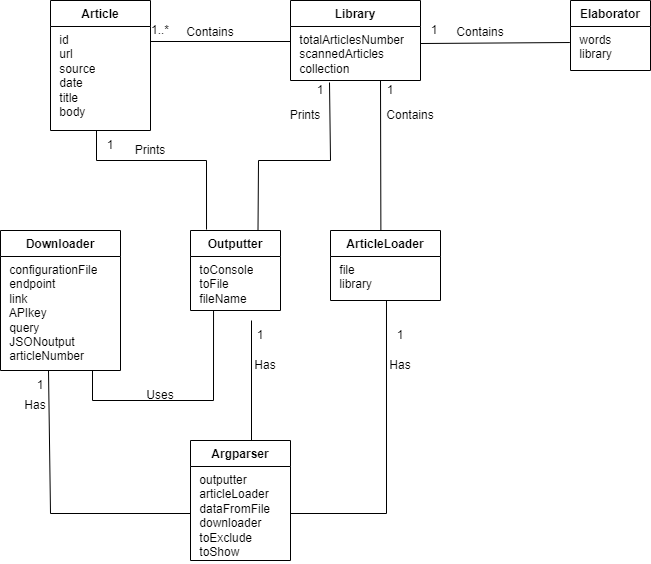
Before: src/site/UML/DomainModel.drawio.png, a diagram exported from draw.io (Magform/articleAnalyzer). Source tidied: cells renumbered, new cells last; positions are measured from the earlier drawing's top-left corner, leaving out a move shared by most shapes.
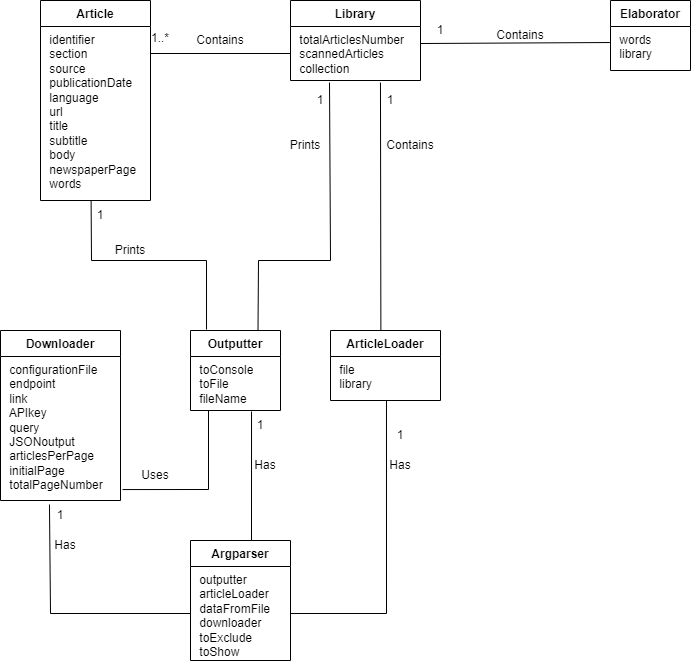
The same diagram one commit later.

What changed in the source:
```diff
@@ -3,19 +3,19 @@
     <mxCell id="0" />
     <mxCell id="1" parent="0" />
     <mxCell id="2" value="Library" style="swimlane;fontStyle=1;align=center;verticalAlign=top;horizontal=1;startSize=26;whiteSpace=wrap;html=1;" parent="1" vertex="1">
-      <mxGeometry x="290" width="130" height="80" as="geometry" />
+      <mxGeometry x="290" y="-100" width="130" height="80" as="geometry" />
     </mxCell>
     <mxCell id="3" value="&amp;nbsp;totalArticlesNumber&lt;br&gt;&amp;nbsp;scannedArticles&lt;br&gt;&amp;nbsp;collection" style="text;strokeColor=none;fillColor=none;align=left;verticalAlign=top;spacingLeft=4;spacingRight=4;overflow=hidden;points=[[0,0.5],[1,0.5]];portConstraint=eastwest;whiteSpace=wrap;html=1;" parent="2" vertex="1">
       <mxGeometry y="26" width="130" height="54" as="geometry" />
     </mxCell>
     <mxCell id="4" value="Article" style="swimlane;fontStyle=1;align=center;verticalAlign=top;horizontal=1;startSize=26;whiteSpace=wrap;html=1;" parent="1" vertex="1">
-      <mxGeometry x="50" width="100" height="130" as="geometry" />
+      <mxGeometry x="40" y="-100" width="110" height="200" as="geometry" />
     </mxCell>
-    <mxCell id="5" value="&amp;nbsp;id&lt;br style=&quot;border-color: var(--border-color);&quot;&gt;&amp;nbsp;url&lt;br style=&quot;border-color: var(--border-color);&quot;&gt;&amp;nbsp;source&lt;br style=&quot;border-color: var(--border-color);&quot;&gt;&amp;nbsp;date&lt;br style=&quot;border-color: var(--border-color);&quot;&gt;&amp;nbsp;title&lt;br&gt;&amp;nbsp;body" style="text;strokeColor=none;fillColor=none;align=left;verticalAlign=top;spacingLeft=4;spacingRight=4;overflow=hidden;points=[[0,0.5],[1,0.5]];portConstraint=eastwest;whiteSpace=wrap;html=1;" parent="4" vertex="1">
-      <mxGeometry y="26" width="100" height="104" as="geometry" />
+    <mxCell id="5" value="&amp;nbsp;identifier&lt;br style=&quot;border-color: var(--border-color);&quot;&gt;&amp;nbsp;section&lt;br style=&quot;border-color: var(--border-color);&quot;&gt;&amp;nbsp;source&lt;br style=&quot;border-color: var(--border-color);&quot;&gt;&amp;nbsp;publicationDate&lt;br style=&quot;border-color: var(--border-color);&quot;&gt;&amp;nbsp;language&lt;br style=&quot;border-color: var(--border-color);&quot;&gt;&amp;nbsp;url&lt;br style=&quot;border-color: var(--border-color);&quot;&gt;&amp;nbsp;title&lt;br style=&quot;border-color: var(--border-color);&quot;&gt;&amp;nbsp;subtitle&lt;br style=&quot;border-color: var(--border-color);&quot;&gt;&amp;nbsp;body&lt;br style=&quot;border-color: var(--border-color);&quot;&gt;&amp;nbsp;newspaperPage&lt;br style=&quot;border-color: var(--border-color);&quot;&gt;&amp;nbsp;words" style="text;strokeColor=none;fillColor=none;align=left;verticalAlign=top;spacingLeft=4;spacingRight=4;overflow=hidden;points=[[0,0.5],[1,0.5]];portConstraint=eastwest;whiteSpace=wrap;html=1;" parent="4" vertex="1">
+      <mxGeometry y="26" width="110" height="174" as="geometry" />
     </mxCell>
     <mxCell id="6" value="Elaborator" style="swimlane;fontStyle=1;align=center;verticalAlign=top;horizontal=1;startSize=26;whiteSpace=wrap;html=1;" parent="1" vertex="1">
-      <mxGeometry x="570" width="80" height="70" as="geometry" />
+      <mxGeometry x="610" y="-100" width="80" height="70" as="geometry" />
     </mxCell>
     <mxCell id="7" value="&amp;nbsp;words&lt;br&gt;&amp;nbsp;library" style="text;strokeColor=none;fillColor=none;align=left;verticalAlign=top;spacingLeft=4;spacingRight=4;overflow=hidden;points=[[0,0.5],[1,0.5]];portConstraint=eastwest;whiteSpace=wrap;html=1;" parent="6" vertex="1">
       <mxGeometry y="26" width="80" height="44" as="geometry" />
@@ -27,10 +27,10 @@
       <mxGeometry y="26" width="90" height="54" as="geometry" />
     </mxCell>
     <mxCell id="10" value="Downloader" style="swimlane;fontStyle=1;align=center;verticalAlign=top;horizontal=1;startSize=26;whiteSpace=wrap;html=1;" parent="1" vertex="1">
-      <mxGeometry y="230" width="120" height="140" as="geometry" />
+      <mxGeometry y="230" width="120" height="170" as="geometry" />
     </mxCell>
-    <mxCell id="11" value="&amp;nbsp;configurationFile&lt;br style=&quot;border-color: var(--border-color);&quot;&gt;&amp;nbsp;endpoint&lt;br style=&quot;border-color: var(--border-color);&quot;&gt;&amp;nbsp;link&lt;br style=&quot;border-color: var(--border-color);&quot;&gt;&amp;nbsp;APIkey&lt;br style=&quot;border-color: var(--border-color);&quot;&gt;&amp;nbsp;query&lt;br style=&quot;border-color: var(--border-color);&quot;&gt;&amp;nbsp;JSONoutput&lt;br style=&quot;border-color: var(--border-color);&quot;&gt;&amp;nbsp;articleNumber" style="text;strokeColor=none;fillColor=none;align=left;verticalAlign=top;spacingLeft=4;spacingRight=4;overflow=hidden;points=[[0,0.5],[1,0.5]];portConstraint=eastwest;whiteSpace=wrap;html=1;" parent="10" vertex="1">
-      <mxGeometry y="26" width="120" height="114" as="geometry" />
+    <mxCell id="11" value="&amp;nbsp;configurationFile&lt;br style=&quot;border-color: var(--border-color);&quot;&gt;&amp;nbsp;endpoint&lt;br style=&quot;border-color: var(--border-color);&quot;&gt;&amp;nbsp;link&lt;br style=&quot;border-color: var(--border-color);&quot;&gt;&amp;nbsp;APIkey&lt;br style=&quot;border-color: var(--border-color);&quot;&gt;&amp;nbsp;query&lt;br style=&quot;border-color: var(--border-color);&quot;&gt;&amp;nbsp;JSONoutput&lt;br style=&quot;border-color: var(--border-color);&quot;&gt;&amp;nbsp;articlesPerPage&lt;br style=&quot;border-color: var(--border-color);&quot;&gt;&amp;nbsp;initialPage&lt;br style=&quot;border-color: var(--border-color);&quot;&gt;&amp;nbsp;totalPageNumber" style="text;strokeColor=none;fillColor=none;align=left;verticalAlign=top;spacingLeft=4;spacingRight=4;overflow=hidden;points=[[0,0.5],[1,0.5]];portConstraint=eastwest;whiteSpace=wrap;html=1;" parent="10" vertex="1">
+      <mxGeometry y="26" width="120" height="144" as="geometry" />
     </mxCell>
     <mxCell id="12" value="ArticleLoader" style="swimlane;fontStyle=1;align=center;verticalAlign=top;horizontal=1;startSize=26;whiteSpace=wrap;html=1;" parent="1" vertex="1">
       <mxGeometry x="330" y="230" width="110" height="70" as="geometry" />
@@ -44,17 +44,16 @@
     <mxCell id="15" value="&amp;nbsp;outputter&lt;br&gt;&amp;nbsp;articleLoader&lt;br&gt;&amp;nbsp;dataFromFile&lt;br&gt;&amp;nbsp;downloader&lt;br&gt;&amp;nbsp;toExclude&lt;br&gt;&amp;nbsp;toShow&amp;nbsp;" style="text;strokeColor=none;fillColor=none;align=left;verticalAlign=top;spacingLeft=4;spacingRight=4;overflow=hidden;points=[[0,0.5],[1,0.5]];portConstraint=eastwest;whiteSpace=wrap;html=1;" parent="14" vertex="1">
       <mxGeometry y="26" width="100" height="94" as="geometry" />
     </mxCell>
-    <mxCell id="16" style="endArrow=none;html=1;rounded=0;" parent="1" edge="1">
+    <mxCell id="16" style="endArrow=none;html=1;rounded=0;entryX=0;entryY=0.5;entryDx=0;entryDy=0;" parent="1" edge="1" target="3">
       <mxGeometry relative="1" as="geometry">
-        <mxPoint x="150" y="41" as="sourcePoint" />
-        <mxPoint x="290" y="41" as="targetPoint" />
+        <mxPoint x="150" y="-47" as="sourcePoint" />
       </mxGeometry>
     </mxCell>
     <mxCell id="17" value="Contains" style="text;html=1;strokeColor=none;fillColor=none;align=center;verticalAlign=middle;whiteSpace=wrap;rounded=0;" parent="1" vertex="1">
-      <mxGeometry x="180" y="23.7" width="60" height="16.3" as="geometry" />
+      <mxGeometry x="190" y="-68.2" width="60" height="16.3" as="geometry" />
     </mxCell>
     <mxCell id="18" value="1..*" style="text;html=1;strokeColor=none;fillColor=none;align=center;verticalAlign=middle;whiteSpace=wrap;rounded=0;" parent="1" vertex="1">
-      <mxGeometry x="150" y="20" width="20" height="20" as="geometry" />
+      <mxGeometry x="150" y="-71.8" width="20" height="20" as="geometry" />
     </mxCell>
     <mxCell id="19" style="endArrow=none;html=1;rounded=0;exitX=0.509;exitY=1;exitDx=0;exitDy=0;exitPerimeter=0;entryX=1;entryY=0.5;entryDx=0;entryDy=0;" parent="1" edge="1" source="13" target="15">
       <mxGeometry relative="1" as="geometry">
@@ -63,15 +62,13 @@
         </Array>
       </mxGeometry>
     </mxCell>
-    <mxCell id="20" style="endArrow=none;html=1;rounded=0;" parent="1" edge="1">
+    <mxCell id="20" style="endArrow=none;html=1;rounded=0;exitX=0.678;exitY=1.019;exitDx=0;exitDy=0;exitPerimeter=0;" parent="1" edge="1" source="9">
       <mxGeometry relative="1" as="geometry">
-        <mxPoint x="251" y="320" as="sourcePoint" />
         <mxPoint x="251" y="440" as="targetPoint" />
       </mxGeometry>
     </mxCell>
-    <mxCell id="21" style="endArrow=none;html=1;rounded=0;entryX=0;entryY=0.5;entryDx=0;entryDy=0;" parent="1" edge="1" target="15">
+    <mxCell id="21" style="endArrow=none;html=1;rounded=0;entryX=0;entryY=0.5;entryDx=0;entryDy=0;exitX=0.408;exitY=1.028;exitDx=0;exitDy=0;exitPerimeter=0;" parent="1" edge="1" source="11" target="15">
       <mxGeometry relative="1" as="geometry">
-        <mxPoint x="48" y="370" as="sourcePoint" />
         <Array as="points">
           <mxPoint x="50" y="513" />
         </Array>
@@ -84,30 +81,21 @@
       <mxGeometry x="250" y="350" width="30" height="30" as="geometry" />
     </mxCell>
     <mxCell id="24" value="Has" style="text;html=1;strokeColor=none;fillColor=none;align=center;verticalAlign=middle;whiteSpace=wrap;rounded=0;" parent="1" vertex="1">
-      <mxGeometry x="20" y="390" width="30" height="30" as="geometry" />
+      <mxGeometry x="50" y="430" width="30" height="30" as="geometry" />
     </mxCell>
     <mxCell id="25" value="1" style="text;html=1;strokeColor=none;fillColor=none;align=center;verticalAlign=middle;whiteSpace=wrap;rounded=0;" parent="1" vertex="1">
       <mxGeometry x="390" y="320" width="20" height="30" as="geometry" />
     </mxCell>
     <mxCell id="26" value="1" style="text;html=1;strokeColor=none;fillColor=none;align=center;verticalAlign=middle;whiteSpace=wrap;rounded=0;" parent="1" vertex="1">
-      <mxGeometry x="250" y="320" width="20" height="30" as="geometry" />
+      <mxGeometry x="250" y="310" width="20" height="30" as="geometry" />
     </mxCell>
-    <mxCell id="27" style="endArrow=none;html=1;rounded=0;exitX=0.256;exitY=1;exitDx=0;exitDy=0;exitPerimeter=0;" parent="1" edge="1" source="9">
-      <mxGeometry relative="1" as="geometry">
-        <mxPoint x="92" y="370" as="targetPoint" />
-        <Array as="points">
-          <mxPoint x="213" y="400" />
-          <mxPoint x="92" y="400" />
-        </Array>
-      </mxGeometry>
-    </mxCell>
     <mxCell id="28" value="Uses" style="text;html=1;strokeColor=none;fillColor=none;align=center;verticalAlign=middle;whiteSpace=wrap;rounded=0;" parent="1" vertex="1">
-      <mxGeometry x="135" y="380" width="50" height="30" as="geometry" />
+      <mxGeometry x="130" y="360" width="50" height="30" as="geometry" />
     </mxCell>
     <mxCell id="29" style="endArrow=none;html=1;rounded=0;entryX=0.178;entryY=-0.012;entryDx=0;entryDy=0;entryPerimeter=0;exitX=0.46;exitY=1;exitDx=0;exitDy=0;exitPerimeter=0;" parent="1" edge="1" source="5" target="8">
       <mxGeometry relative="1" as="geometry">
         <Array as="points">
-          <mxPoint x="96" y="160" />
+          <mxPoint x="91" y="160" />
           <mxPoint x="206" y="160" />
         </Array>
       </mxGeometry>
@@ -121,39 +109,45 @@
       </mxGeometry>
     </mxCell>
     <mxCell id="31" value="Prints" style="text;html=1;strokeColor=none;fillColor=none;align=center;verticalAlign=middle;whiteSpace=wrap;rounded=0;" parent="1" vertex="1">
-      <mxGeometry x="280" y="100" width="50" height="30" as="geometry" />
+      <mxGeometry x="280" y="30" width="50" height="30" as="geometry" />
     </mxCell>
     <mxCell id="32" value="1" style="text;html=1;strokeColor=none;fillColor=none;align=center;verticalAlign=middle;whiteSpace=wrap;rounded=0;" parent="1" vertex="1">
-      <mxGeometry x="30" y="370" width="20" height="30" as="geometry" />
+      <mxGeometry x="50" y="400" width="20" height="30" as="geometry" />
     </mxCell>
     <mxCell id="33" value="Prints" style="text;html=1;strokeColor=none;fillColor=none;align=center;verticalAlign=middle;whiteSpace=wrap;rounded=0;" parent="1" vertex="1">
-      <mxGeometry x="120" y="140" width="60" height="20" as="geometry" />
+      <mxGeometry x="100" y="140" width="60" height="20" as="geometry" />
     </mxCell>
     <mxCell id="34" value="1" style="text;html=1;strokeColor=none;fillColor=none;align=center;verticalAlign=middle;whiteSpace=wrap;rounded=0;" parent="1" vertex="1">
-      <mxGeometry x="310" y="80" width="20" height="20" as="geometry" />
+      <mxGeometry x="310" y="-10" width="20" height="20" as="geometry" />
     </mxCell>
     <mxCell id="35" value="1" style="text;html=1;strokeColor=none;fillColor=none;align=center;verticalAlign=middle;whiteSpace=wrap;rounded=0;" parent="1" vertex="1">
-      <mxGeometry x="100" y="130" width="20" height="30" as="geometry" />
+      <mxGeometry x="90" y="100" width="20" height="30" as="geometry" />
     </mxCell>
-    <mxCell id="36" style="endArrow=none;html=1;rounded=0;exitX=0.458;exitY=0.007;exitDx=0;exitDy=0;exitPerimeter=0;" parent="1" edge="1" source="12">
-      <mxGeometry relative="1" as="geometry">
-        <mxPoint x="380" y="80" as="targetPoint" />
-      </mxGeometry>
+    <mxCell id="36" style="endArrow=none;html=1;rounded=0;exitX=0.458;exitY=0.007;exitDx=0;exitDy=0;exitPerimeter=0;entryX=0.692;entryY=1.037;entryDx=0;entryDy=0;entryPerimeter=0;" parent="1" edge="1" source="12" target="3">
+      <mxGeometry relative="1" as="geometry" />
     </mxCell>
     <mxCell id="37" value="Contains" style="text;html=1;strokeColor=none;fillColor=none;align=center;verticalAlign=middle;whiteSpace=wrap;rounded=0;" parent="1" vertex="1">
-      <mxGeometry x="380" y="100" width="60" height="30" as="geometry" />
+      <mxGeometry x="380" y="30" width="60" height="30" as="geometry" />
     </mxCell>
     <mxCell id="38" value="1" style="text;html=1;strokeColor=none;fillColor=none;align=center;verticalAlign=middle;whiteSpace=wrap;rounded=0;" parent="1" vertex="1">
-      <mxGeometry x="380" y="80" width="20" height="20" as="geometry" />
+      <mxGeometry x="380" y="-10" width="20" height="20" as="geometry" />
     </mxCell>
     <mxCell id="39" style="endArrow=none;html=1;rounded=0;exitX=1;exitY=0.315;exitDx=0;exitDy=0;exitPerimeter=0;entryX=-0.008;entryY=0.364;entryDx=0;entryDy=0;entryPerimeter=0;" parent="1" edge="1" source="3" target="7">
       <mxGeometry relative="1" as="geometry" />
     </mxCell>
     <mxCell id="40" value="Contains" style="text;html=1;strokeColor=none;fillColor=none;align=center;verticalAlign=middle;whiteSpace=wrap;rounded=0;" parent="1" vertex="1">
-      <mxGeometry x="450" y="21.8" width="60" height="20" as="geometry" />
+      <mxGeometry x="490" y="-75" width="60" height="20" as="geometry" />
     </mxCell>
     <mxCell id="41" value="1" style="text;html=1;strokeColor=none;fillColor=none;align=center;verticalAlign=middle;whiteSpace=wrap;rounded=0;" parent="1" vertex="1">
-      <mxGeometry x="424" y="20" width="20" height="20" as="geometry" />
+      <mxGeometry x="430" y="-80" width="20" height="20" as="geometry" />
     </mxCell>
+    <mxCell id="42" style="endArrow=none;html=1;rounded=0;entryX=1.017;entryY=0.924;entryDx=0;entryDy=0;entryPerimeter=0;" parent="1" edge="1" target="11">
+      <mxGeometry relative="1" as="geometry">
+        <mxPoint x="208" y="310" as="sourcePoint" />
+        <Array as="points">
+          <mxPoint x="208" y="389" />
+        </Array>
+      </mxGeometry>
+    </mxCell>
   </root>
 </mxGraphModel>
```
